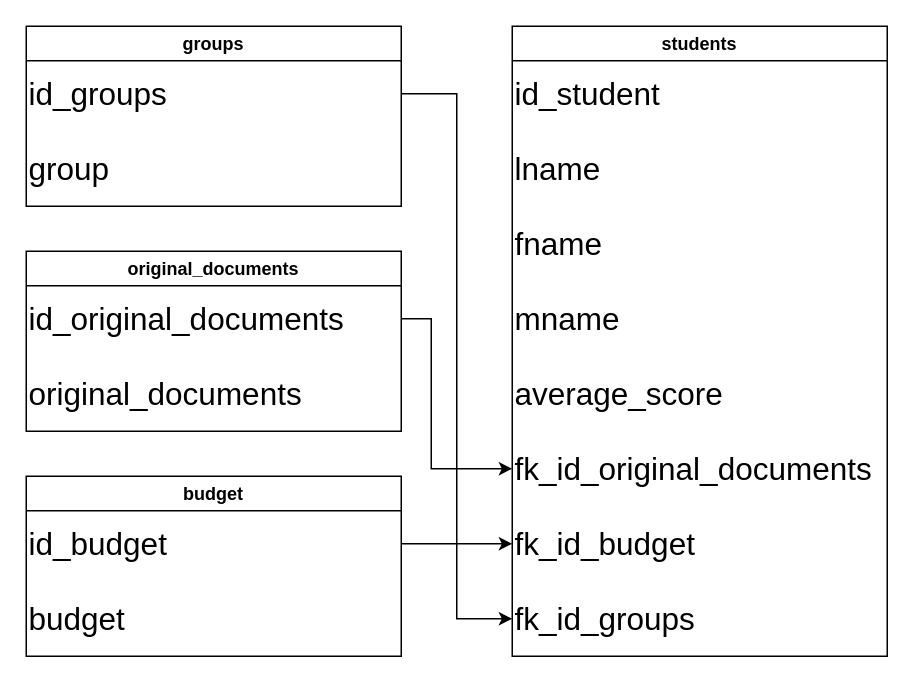
mimilasyxa/list_of_students keeps this draw.io diagram as DB/db list of students.drawio. Above is the earlier version. Source tidied: cells renumbered, new cells numbered last; positions are measured from the earlier drawing's top-left corner, leaving out a move shared by most shapes. Both pictures are drawn from the tidied source at 150%, with x=0, y=0 at pixel (26, 26).
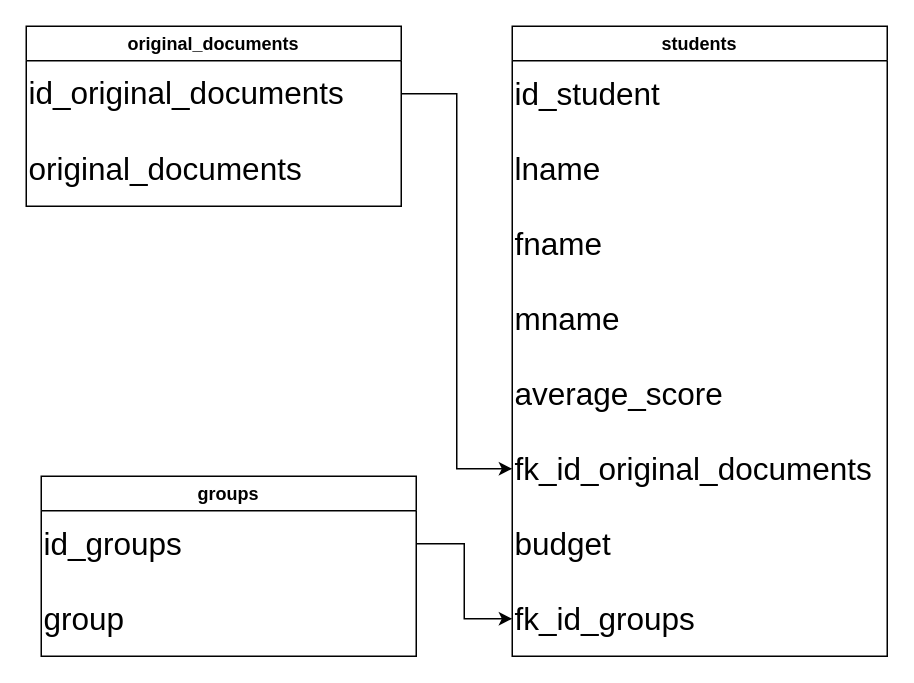
The same diagram, later.

Unchanged cells that the change refers to:
```xml
<mxCell id="2" value="students" style="swimlane;" parent="1" vertex="1">
  <mxGeometry x="324" width="250" height="420" as="geometry" />
</mxCell>
<mxCell id="8" value="fk_id_original_documents" style="text;html=1;strokeColor=none;fillColor=none;align=left;verticalAlign=middle;whiteSpace=wrap;rounded=0;fontSize=21;" parent="2" vertex="1">
  <mxGeometry y="270" width="250" height="50" as="geometry" />
</mxCell>
<mxCell id="10" value="fk_id_groups" style="text;html=1;strokeColor=none;fillColor=none;align=left;verticalAlign=middle;whiteSpace=wrap;rounded=0;fontSize=21;" parent="2" vertex="1">
  <mxGeometry y="370" width="250" height="50" as="geometry" />
</mxCell>
```

Diff of the diagram source:
```diff
@@
-    <mxCell id="9" value="fk_id_budget" style="text;html=1;strokeColor=none;fillColor=none;align=left;verticalAlign=middle;whiteSpace=wrap;rounded=0;fontSize=21;" parent="2" vertex="1">
+    <mxCell id="9" value="budget" style="text;html=1;strokeColor=none;fillColor=none;align=left;verticalAlign=middle;whiteSpace=wrap;rounded=0;fontSize=21;" parent="2" vertex="1">
       <mxGeometry y="320" width="250" height="50" as="geometry" />
     </mxCell>
@@
-    <mxCell id="11" value="groups" style="swimlane;" parent="1" vertex="1">
+    <mxCell id="11" value="original_documents" style="swimlane;" parent="1" vertex="1">
       <mxGeometry width="250" height="120" as="geometry" />
     </mxCell>
-    <mxCell id="12" value="id_groups" style="text;html=1;strokeColor=none;fillColor=none;align=left;verticalAlign=middle;whiteSpace=wrap;rounded=0;fontSize=21;" parent="11" vertex="1">
+    <mxCell id="12" value="id_original_documents&lt;font color=&quot;rgba(0, 0, 0, 0)&quot; face=&quot;monospace&quot;&gt;&lt;span style=&quot;font-size: 0px&quot;&gt;original_documents&lt;/span&gt;&lt;/font&gt;" style="text;html=1;strokeColor=none;fillColor=none;align=left;verticalAlign=middle;whiteSpace=wrap;rounded=0;fontSize=21;" parent="11" vertex="1">
       <mxGeometry y="20" width="250" height="50" as="geometry" />
     </mxCell>
-    <mxCell id="13" value="group" style="text;html=1;strokeColor=none;fillColor=none;align=left;verticalAlign=middle;whiteSpace=wrap;rounded=0;fontSize=21;" parent="11" vertex="1">
+    <mxCell id="13" value="original_documents" style="text;html=1;strokeColor=none;fillColor=none;align=left;verticalAlign=middle;whiteSpace=wrap;rounded=0;fontSize=21;" parent="11" vertex="1">
       <mxGeometry y="70" width="250" height="50" as="geometry" />
     </mxCell>
-    <mxCell id="14" value="original_documents" style="swimlane;" parent="1" vertex="1">
-      <mxGeometry y="150" width="250" height="120" as="geometry" />
-    </mxCell>
-    <mxCell id="15" value="id_original_documents" style="text;html=1;strokeColor=none;fillColor=none;align=left;verticalAlign=middle;whiteSpace=wrap;rounded=0;fontSize=21;" parent="14" vertex="1">
-      <mxGeometry y="20" width="250" height="50" as="geometry" />
-    </mxCell>
-    <mxCell id="16" value="original_documents" style="text;html=1;strokeColor=none;fillColor=none;align=left;verticalAlign=middle;whiteSpace=wrap;rounded=0;fontSize=21;" parent="14" vertex="1">
-      <mxGeometry y="70" width="250" height="50" as="geometry" />
-    </mxCell>
-    <mxCell id="17" value="budget" style="swimlane;" parent="1" vertex="1">
-      <mxGeometry y="300" width="250" height="120" as="geometry" />
-    </mxCell>
-    <mxCell id="18" value="id_budget" style="text;html=1;strokeColor=none;fillColor=none;align=left;verticalAlign=middle;whiteSpace=wrap;rounded=0;fontSize=21;" parent="17" vertex="1">
-      <mxGeometry y="20" width="250" height="50" as="geometry" />
-    </mxCell>
-    <mxCell id="19" value="budget" style="text;html=1;strokeColor=none;fillColor=none;align=left;verticalAlign=middle;whiteSpace=wrap;rounded=0;fontSize=21;" parent="17" vertex="1">
-      <mxGeometry y="70" width="250" height="50" as="geometry" />
-    </mxCell>
-    <mxCell id="20" style="edgeStyle=orthogonalEdgeStyle;rounded=0;jettySize=auto;html=1;exitX=1;exitY=0.5;exitDx=0;exitDy=0;entryX=0;entryY=0.5;entryDx=0;entryDy=0;fontSize=21;" parent="1" edge="1" source="18" target="9">
-      <mxGeometry relative="1" as="geometry" />
-    </mxCell>
-    <mxCell id="21" style="edgeStyle=orthogonalEdgeStyle;rounded=0;jettySize=auto;html=1;exitX=1;exitY=0.5;exitDx=0;exitDy=0;entryX=0;entryY=0.5;entryDx=0;entryDy=0;fontSize=21;" parent="1" edge="1" source="12" target="10">
-      <mxGeometry relative="1" as="geometry" />
-    </mxCell>
-    <mxCell id="22" style="edgeStyle=orthogonalEdgeStyle;rounded=0;jettySize=auto;html=1;exitX=1;exitY=0.5;exitDx=0;exitDy=0;entryX=0;entryY=0.5;entryDx=0;entryDy=0;fontSize=21;" parent="1" edge="1" source="15" target="8">
-      <mxGeometry relative="1" as="geometry">
-        <Array as="points">
-          <mxPoint x="270" y="195" />
-          <mxPoint x="270" y="295" />
-        </Array>
-      </mxGeometry>
-    </mxCell>
+    <mxCell id="23" value="groups" style="swimlane;" parent="1" vertex="1">
+      <mxGeometry x="10" y="300" width="250" height="120" as="geometry" />
+    </mxCell>
+    <mxCell id="24" value="id_groups" style="text;html=1;strokeColor=none;fillColor=none;align=left;verticalAlign=middle;whiteSpace=wrap;rounded=0;fontSize=21;" parent="23" vertex="1">
+      <mxGeometry y="20" width="250" height="50" as="geometry" />
+    </mxCell>
+    <mxCell id="25" value="group" style="text;html=1;strokeColor=none;fillColor=none;align=left;verticalAlign=middle;whiteSpace=wrap;rounded=0;fontSize=21;" parent="23" vertex="1">
+      <mxGeometry y="70" width="250" height="50" as="geometry" />
+    </mxCell>
+    <mxCell id="26" style="edgeStyle=orthogonalEdgeStyle;rounded=0;jettySize=auto;html=1;exitX=1;exitY=0.5;exitDx=0;exitDy=0;entryX=0;entryY=0.5;entryDx=0;entryDy=0;" parent="1" edge="1" source="12" target="8">
+      <mxGeometry relative="1" as="geometry" />
+    </mxCell>
+    <mxCell id="27" style="edgeStyle=orthogonalEdgeStyle;rounded=0;jettySize=auto;html=1;exitX=1;exitY=0.5;exitDx=0;exitDy=0;entryX=0;entryY=0.5;entryDx=0;entryDy=0;" parent="1" edge="1" source="24" target="10">
+      <mxGeometry relative="1" as="geometry" />
+    </mxCell>
```
